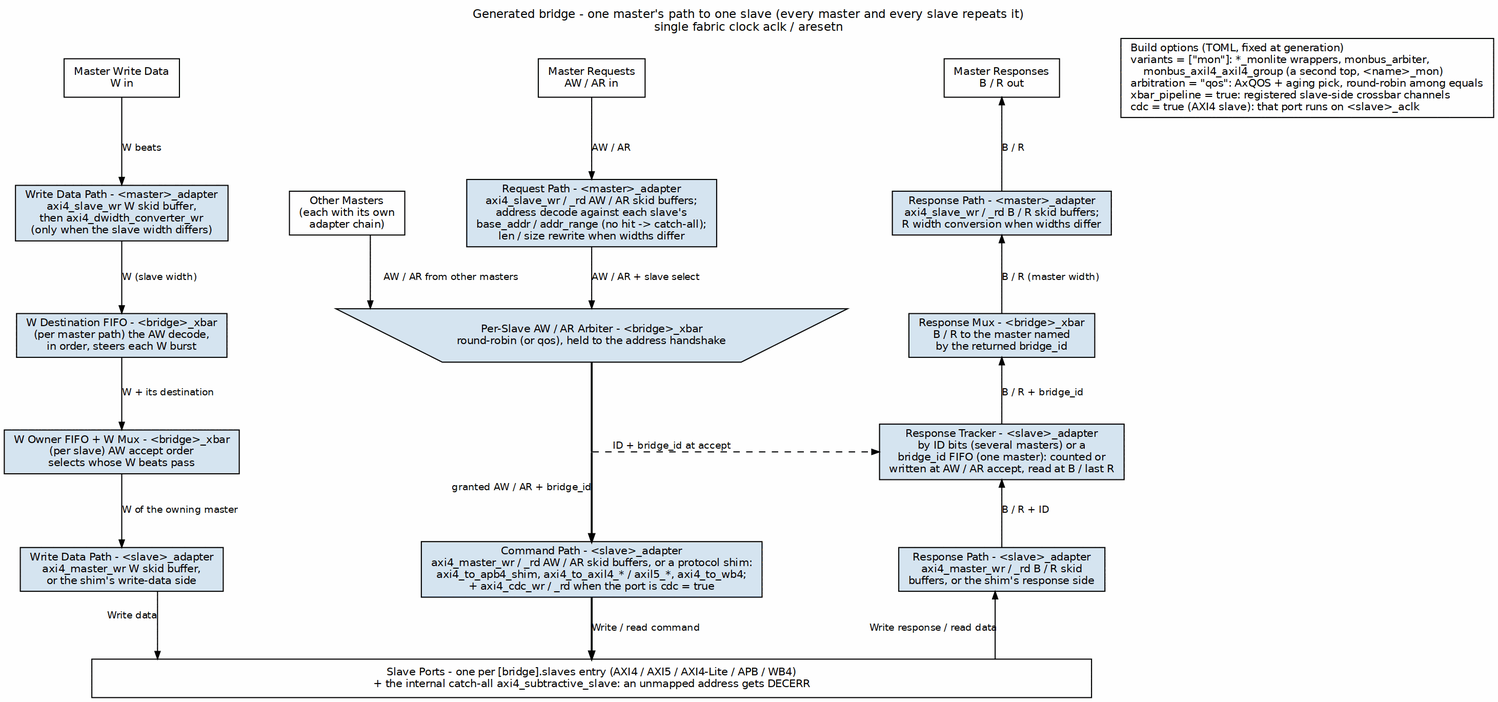
Above: projects/components/fabric-gen-ip/bridge/docs/bridge_mas/assets/graphviz/signal_flow.png in sean-galloway/RTLDesignSherpa (Graphviz), before the change. Its source is kept beside it as projects/components/fabric-gen-ip/bridge/docs/bridge_mas/assets/graphviz/signal_flow.dot. Source of this version:
```dot
digraph signal_flow {
    graph [rankdir=TB, bgcolor="white", fontname="Helvetica", fontsize=11,
           nodesep="0.40", ranksep="0.65", splines=ortho, labelloc=t,
           label="Generated bridge - one master's path to one slave (every master and every slave repeats it)\nsingle fabric clock aclk / aresetn"];
    node  [fontname="Helvetica", fontsize=10, shape=box, style=filled,
           fillcolor="#D6E4F0", color="black", margin="0.12,0.06"];
    edge  [fontname="Helvetica", fontsize=9, color="black", arrowsize=0.7];

    pw_in [label="Master Write Data\nW in", fillcolor="white", group=L];
    pc_in [label="Master Requests\nAW / AR in", fillcolor="white", group=C];
    pr_out[label="Master Responses\nB / R out", fillcolor="white", group=R];
    legend[label="Build options (TOML, fixed at generation)\lvariants = [\"mon\"]: *_monlite wrappers, monbus_arbiter,\l    monbus_axil4_axil4_group (a second top, <name>_mon)\larbitration = \"qos\": AxQOS + aging pick, round-robin among equals\lxbar_pipeline = true: registered slave-side crossbar channels\lcdc = true (AXI4 slave): that port runs on <slave>_aclk\l", fillcolor="white"];
    { rank=same; pw_in; pc_in; pr_out; legend; }
    pw_in -> pc_in -> pr_out -> legend [style=invis];

    mW    [label="Write Data Path - <master>_adapter\naxi4_slave_wr W skid buffer,\nthen axi4_dwidth_converter_wr\n(only when the slave width differs)", group=L];
    others[label="Other Masters\n(each with its own\nadapter chain)", fillcolor="white"];
    mC    [label="Request Path - <master>_adapter\naxi4_slave_wr / _rd AW / AR skid buffers;\naddress decode against each slave's\nbase_addr / addr_range (no hit -> catch-all);\nlen / size rewrite when widths differ", group=C];
    mR    [label="Response Path - <master>_adapter\naxi4_slave_wr / _rd B / R skid buffers;\nR width conversion when widths differ", group=R];
    { rank=same; mW; others; mC; mR; }
    mW -> others -> mC -> mR [style=invis];

    wdest [label="W Destination FIFO - <bridge>_xbar\n(per master path) the AW decode,\nin order, steers each W burst", group=L];
    arb   [label="Per-Slave AW / AR Arbiter - <bridge>_xbar\nround-robin (or qos), held to the address handshake",
           shape=invtrapezium, width=6.6, height=0.7, group=C];
    rmux  [label="Response Mux - <bridge>_xbar\nB / R to the master named\nby the returned bridge_id", group=R];
    { rank=same; wdest; arb; rmux; }
    wdest -> arb -> rmux [style=invis];

    wown  [label="W Owner FIFO + W Mux - <bridge>_xbar\n(per slave) AW accept order\nselects whose W beats pass", group=L];
    pc3   [shape=point, width=0.01, label="", group=C];
    trk   [label="Response Tracker - <slave>_adapter\nby ID bits (several masters) or a\nbridge_id FIFO (one master): counted or\nwritten at AW / AR accept, read at B / last R", group=R];
    { rank=same; wown; pc3; trk; }
    wown -> pc3 [style=invis];

    sW    [label="Write Data Path - <slave>_adapter\naxi4_master_wr W skid buffer,\nor the shim's write-data side", group=L];
    sC    [label="Command Path - <slave>_adapter\naxi4_master_wr / _rd AW / AR skid buffers, or a protocol shim:\naxi4_to_apb4_shim, axi4_to_axil4_* / axil5_*, axi4_to_wb4;\n+ axi4_cdc_wr / _rd when the port is cdc = true", group=C];
    sR    [label="Response Path - <slave>_adapter\naxi4_master_wr / _rd B / R skid\nbuffers, or the shim's response side", group=R];
    { rank=same; sW; sC; sR; }
    sW -> sC -> sR [style=invis];

    bar   [label="Slave Ports - one per [bridge].slaves entry (AXI4 / AXI5 / AXI4-Lite / APB / WB4)\n+ the internal catch-all axi4_subtractive_slave: an unmapped address gets DECERR",
           fillcolor="white", width=13, group=C];

    pw_in -> mW    [label="W beats"];
    mW    -> wdest [label="W (slave width)"];
    wdest -> wown  [label="W + its destination"];
    wown  -> sW    [label="W of the owning master"];
    sW    -> bar   [xlabel="Write data"];

    pc_in -> mC    [label="AW / AR"];
    mC    -> arb   [label="AW / AR + slave select"];
    others-> arb   [label="AW / AR from other masters"];
    arb   -> pc3   [dir=none, penwidth=1.8];
    pc3   -> sC    [xlabel="granted AW / AR + bridge_id", penwidth=1.8];
    sC    -> bar   [label="Write / read command", penwidth=1.8];

    pr_out-> mR    [dir=back, label="B / R"];
    mR    -> rmux  [dir=back, label="B / R (master width)"];
    rmux  -> trk   [dir=back, label="B / R + bridge_id"];
    trk   -> sR    [dir=back, label="B / R + ID"];
    sR    -> bar   [dir=back, label="Write response / read data"];

    pc3 -> trk [style=dashed, xlabel="ID + bridge_id at accept"];
}
```
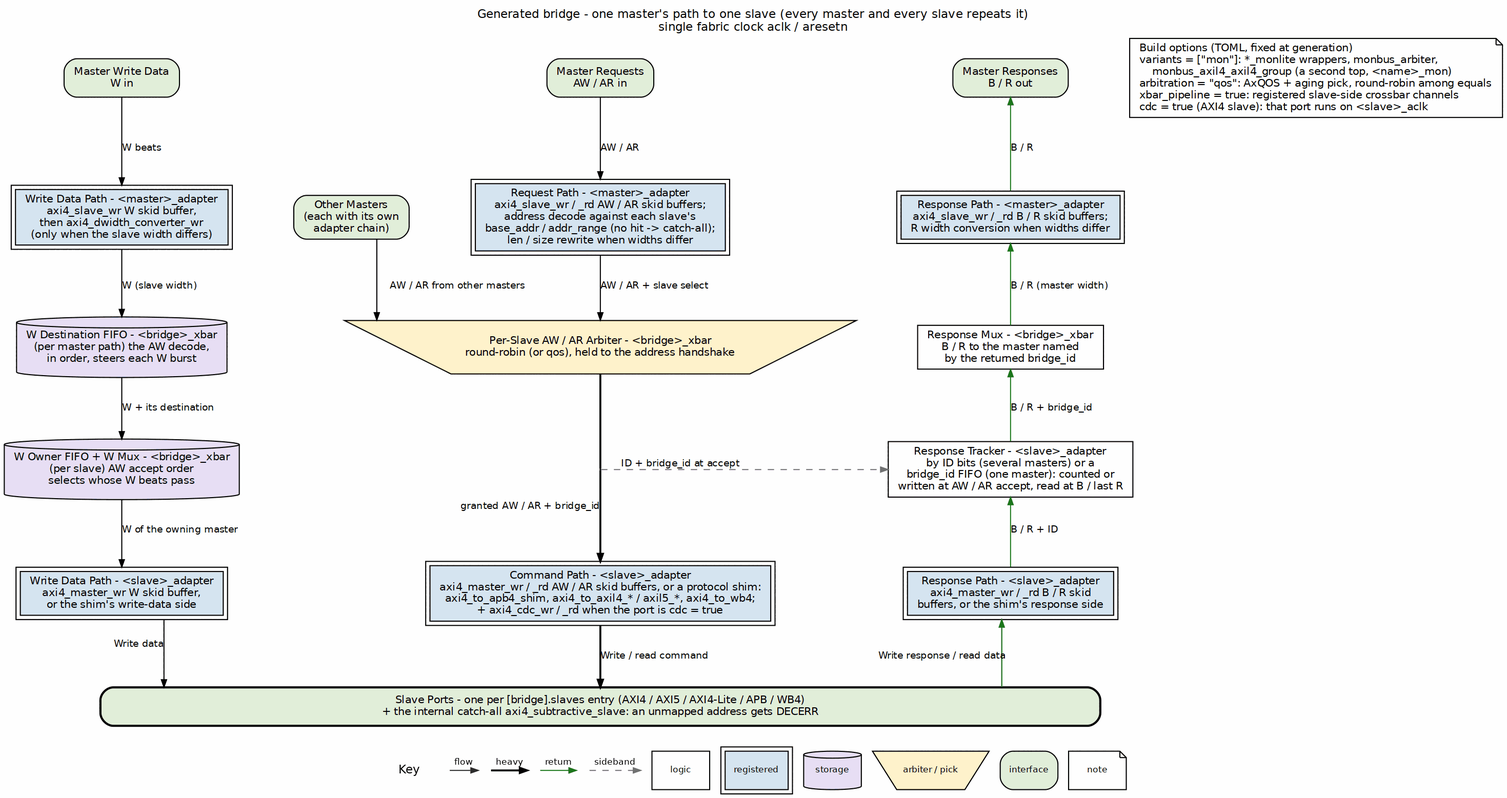
The same diagram one commit later.

The edit, as a diff of the source:
```diff
@@ -3,44 +3,44 @@
            nodesep="0.40", ranksep="0.65", splines=ortho, labelloc=t,
            label="Generated bridge - one master's path to one slave (every master and every slave repeats it)\nsingle fabric clock aclk / aresetn"];
     node  [fontname="Helvetica", fontsize=10, shape=box, style=filled,
-           fillcolor="#D6E4F0", color="black", margin="0.12,0.06"];
+           fillcolor="white", color="black", margin="0.12,0.06"];
     edge  [fontname="Helvetica", fontsize=9, color="black", arrowsize=0.7];
 
-    pw_in [label="Master Write Data\nW in", fillcolor="white", group=L];
-    pc_in [label="Master Requests\nAW / AR in", fillcolor="white", group=C];
-    pr_out[label="Master Responses\nB / R out", fillcolor="white", group=R];
-    legend[label="Build options (TOML, fixed at generation)\lvariants = [\"mon\"]: *_monlite wrappers, monbus_arbiter,\l    monbus_axil4_axil4_group (a second top, <name>_mon)\larbitration = \"qos\": AxQOS + aging pick, round-robin among equals\lxbar_pipeline = true: registered slave-side crossbar channels\lcdc = true (AXI4 slave): that port runs on <slave>_aclk\l", fillcolor="white"];
+    pw_in [label="Master Write Data\nW in", fillcolor="white", group=L, style="rounded,filled", fillcolor="#E2EFDA"];
+    pc_in [label="Master Requests\nAW / AR in", fillcolor="white", group=C, style="rounded,filled", fillcolor="#E2EFDA"];
+    pr_out[label="Master Responses\nB / R out", fillcolor="white", group=R, style="rounded,filled", fillcolor="#E2EFDA"];
+    legend[label="Build options (TOML, fixed at generation)\lvariants = [\"mon\"]: *_monlite wrappers, monbus_arbiter,\l    monbus_axil4_axil4_group (a second top, <name>_mon)\larbitration = \"qos\": AxQOS + aging pick, round-robin among equals\lxbar_pipeline = true: registered slave-side crossbar channels\lcdc = true (AXI4 slave): that port runs on <slave>_aclk\l", fillcolor="white", shape=note];
     { rank=same; pw_in; pc_in; pr_out; legend; }
     pw_in -> pc_in -> pr_out -> legend [style=invis];
 
-    mW    [label="Write Data Path - <master>_adapter\naxi4_slave_wr W skid buffer,\nthen axi4_dwidth_converter_wr\n(only when the slave width differs)", group=L];
-    others[label="Other Masters\n(each with its own\nadapter chain)", fillcolor="white"];
-    mC    [label="Request Path - <master>_adapter\naxi4_slave_wr / _rd AW / AR skid buffers;\naddress decode against each slave's\nbase_addr / addr_range (no hit -> catch-all);\nlen / size rewrite when widths differ", group=C];
-    mR    [label="Response Path - <master>_adapter\naxi4_slave_wr / _rd B / R skid buffers;\nR width conversion when widths differ", group=R];
+    mW    [label="Write Data Path - <master>_adapter\naxi4_slave_wr W skid buffer,\nthen axi4_dwidth_converter_wr\n(only when the slave width differs)", group=L, peripheries=2, style="filled", fillcolor="#D6E4F0"];
+    others[label="Other Masters\n(each with its own\nadapter chain)", fillcolor="white", style="rounded,filled", fillcolor="#E2EFDA"];
+    mC    [label="Request Path - <master>_adapter\naxi4_slave_wr / _rd AW / AR skid buffers;\naddress decode against each slave's\nbase_addr / addr_range (no hit -> catch-all);\nlen / size rewrite when widths differ", group=C, peripheries=2, style="filled", fillcolor="#D6E4F0"];
+    mR    [label="Response Path - <master>_adapter\naxi4_slave_wr / _rd B / R skid buffers;\nR width conversion when widths differ", group=R, peripheries=2, style="filled", fillcolor="#D6E4F0"];
     { rank=same; mW; others; mC; mR; }
     mW -> others -> mC -> mR [style=invis];
 
-    wdest [label="W Destination FIFO - <bridge>_xbar\n(per master path) the AW decode,\nin order, steers each W burst", group=L];
+    wdest [label="W Destination FIFO - <bridge>_xbar\n(per master path) the AW decode,\nin order, steers each W burst", group=L, shape=cylinder, style="filled", fillcolor="#E8DFF5"];
     arb   [label="Per-Slave AW / AR Arbiter - <bridge>_xbar\nround-robin (or qos), held to the address handshake",
-           shape=invtrapezium, width=6.6, height=0.7, group=C];
-    rmux  [label="Response Mux - <bridge>_xbar\nB / R to the master named\nby the returned bridge_id", group=R];
+           shape=invtrapezium, width=6.6, height=0.7, group=C, style="filled", fillcolor="#FFF2CC"];
+    rmux  [label="Response Mux - <bridge>_xbar\nB / R to the master named\nby the returned bridge_id", group=R, style="filled", fillcolor="white"];
     { rank=same; wdest; arb; rmux; }
     wdest -> arb -> rmux [style=invis];
 
-    wown  [label="W Owner FIFO + W Mux - <bridge>_xbar\n(per slave) AW accept order\nselects whose W beats pass", group=L];
+    wown  [label="W Owner FIFO + W Mux - <bridge>_xbar\n(per slave) AW accept order\nselects whose W beats pass", group=L, shape=cylinder, style="filled", fillcolor="#E8DFF5"];
     pc3   [shape=point, width=0.01, label="", group=C];
-    trk   [label="Response Tracker - <slave>_adapter\nby ID bits (several masters) or a\nbridge_id FIFO (one master): counted or\nwritten at AW / AR accept, read at B / last R", group=R];
+    trk   [label="Response Tracker - <slave>_adapter\nby ID bits (several masters) or a\nbridge_id FIFO (one master): counted or\nwritten at AW / AR accept, read at B / last R", group=R, style="filled", fillcolor="white"];
     { rank=same; wown; pc3; trk; }
     wown -> pc3 [style=invis];
 
-    sW    [label="Write Data Path - <slave>_adapter\naxi4_master_wr W skid buffer,\nor the shim's write-data side", group=L];
-    sC    [label="Command Path - <slave>_adapter\naxi4_master_wr / _rd AW / AR skid buffers, or a protocol shim:\naxi4_to_apb4_shim, axi4_to_axil4_* / axil5_*, axi4_to_wb4;\n+ axi4_cdc_wr / _rd when the port is cdc = true", group=C];
-    sR    [label="Response Path - <slave>_adapter\naxi4_master_wr / _rd B / R skid\nbuffers, or the shim's response side", group=R];
+    sW    [label="Write Data Path - <slave>_adapter\naxi4_master_wr W skid buffer,\nor the shim's write-data side", group=L, peripheries=2, style="filled", fillcolor="#D6E4F0"];
+    sC    [label="Command Path - <slave>_adapter\naxi4_master_wr / _rd AW / AR skid buffers, or a protocol shim:\naxi4_to_apb4_shim, axi4_to_axil4_* / axil5_*, axi4_to_wb4;\n+ axi4_cdc_wr / _rd when the port is cdc = true", group=C, peripheries=2, style="filled", fillcolor="#D6E4F0"];
+    sR    [label="Response Path - <slave>_adapter\naxi4_master_wr / _rd B / R skid\nbuffers, or the shim's response side", group=R, peripheries=2, style="filled", fillcolor="#D6E4F0"];
     { rank=same; sW; sC; sR; }
     sW -> sC -> sR [style=invis];
 
     bar   [label="Slave Ports - one per [bridge].slaves entry (AXI4 / AXI5 / AXI4-Lite / APB / WB4)\n+ the internal catch-all axi4_subtractive_slave: an unmapped address gets DECERR",
-           fillcolor="white", width=13, group=C];
+           fillcolor="white", width=13, group=C, style="rounded,filled,bold", fillcolor="#E2EFDA"];
 
     pw_in -> mW    [label="W beats"];
     mW    -> wdest [label="W (slave width)"];
@@ -55,11 +55,11 @@
     pc3   -> sC    [xlabel="granted AW / AR + bridge_id", penwidth=1.8];
     sC    -> bar   [label="Write / read command", penwidth=1.8];
 
-    pr_out-> mR    [dir=back, label="B / R"];
-    mR    -> rmux  [dir=back, label="B / R (master width)"];
-    rmux  -> trk   [dir=back, label="B / R + bridge_id"];
-    trk   -> sR    [dir=back, label="B / R + ID"];
-    sR    -> bar   [dir=back, label="Write response / read data"];
+    pr_out-> mR    [color="#1A7A1A", dir=back, label="B / R"];
+    mR    -> rmux  [color="#1A7A1A", dir=back, label="B / R (master width)"];
+    rmux  -> trk   [color="#1A7A1A", dir=back, label="B / R + bridge_id"];
+    trk   -> sR    [color="#1A7A1A", dir=back, label="B / R + ID"];
+    sR    -> bar   [color="#1A7A1A", dir=back, label="Write response / read data"];
 
-    pc3 -> trk [style=dashed, xlabel="ID + bridge_id at accept"];
+    pc3 -> trk [style=dashed, color="#777777", xlabel="ID + bridge_id at accept"];
 }
```
